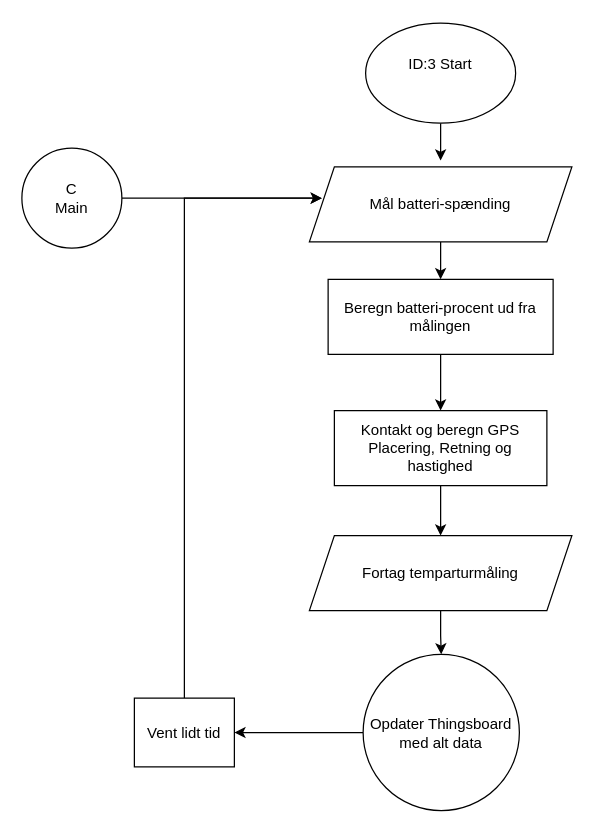
Above: ID 03, P1/ID3 V1 Data til Thingsboard.drawio in KEA-E24-B9-IOT1/E24-B9-IoT1 (draw.io), before the change. Source tidied: cells renumbered, new cells numbered last; positions are measured from the earlier drawing's top-left corner, leaving out a move shared by most shapes. Both pictures are drawn from the tidied source at 125%, with x=0, y=0 at pixel (21, 22).
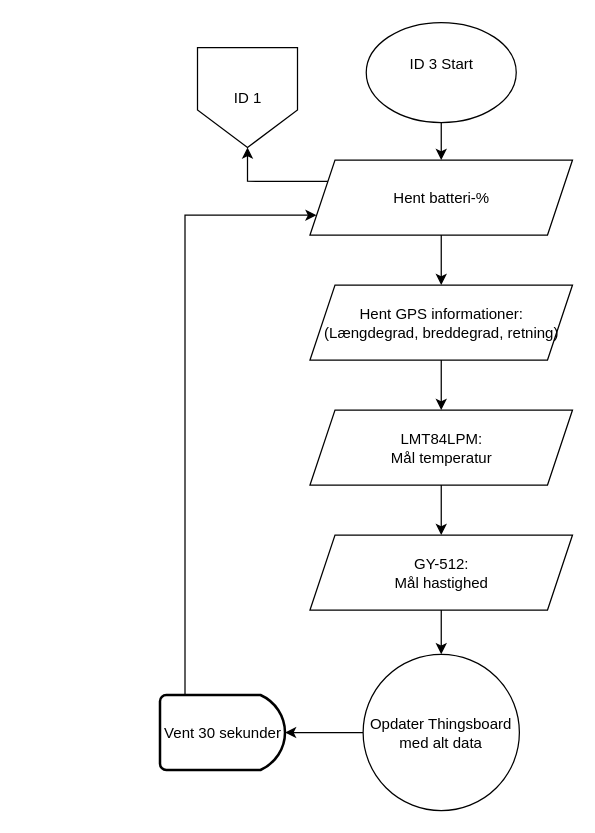
Above is the later version.

The change refers to these unchanged cells:
```xml
<mxCell id="7" value="Opdater Thingsboard med alt data" style="ellipse;whiteSpace=wrap;html=1;" parent="1" vertex="1">
  <mxGeometry x="273" y="505" width="125" height="125" as="geometry" />
</mxCell>
```

Diff of the diagram source:
```diff
@@
-    <mxCell id="2" style="edgeStyle=orthogonalEdgeStyle;rounded=0;jettySize=auto;html=1;" parent="1" edge="1" source="3">
-      <mxGeometry relative="1" as="geometry">
-        <mxPoint x="335" y="110" as="targetPoint" />
-      </mxGeometry>
-    </mxCell>
-    <mxCell id="3" value="ID:3 Start&lt;div&gt;&lt;br&gt;&lt;/div&gt;" style="ellipse;whiteSpace=wrap;html=1;" parent="1" vertex="1">
-      <mxGeometry x="275" width="120" height="80" as="geometry" />
-    </mxCell>
-    <mxCell id="4" style="edgeStyle=orthogonalEdgeStyle;rounded=0;jettySize=auto;html=1;" parent="1" edge="1" source="5">
-      <mxGeometry relative="1" as="geometry">
-        <mxPoint x="240" y="140" as="targetPoint" />
-      </mxGeometry>
-    </mxCell>
-    <mxCell id="5" value="&lt;span style=&quot;background-color: initial;&quot;&gt;C&lt;/span&gt;&lt;div&gt;&lt;span style=&quot;background-color: initial;&quot;&gt;Main&lt;/span&gt;&lt;/div&gt;" style="ellipse;whiteSpace=wrap;html=1;" parent="1" vertex="1">
-      <mxGeometry y="100" width="80" height="80" as="geometry" />
-    </mxCell>
-    <mxCell id="6" style="edgeStyle=orthogonalEdgeStyle;rounded=0;jettySize=auto;html=1;" parent="1" edge="1" source="7" target="9">
-      <mxGeometry relative="1" as="geometry" />
-    </mxCell>
+    <mxCell id="18" style="edgeStyle=orthogonalEdgeStyle;rounded=0;jettySize=auto;html=1;" parent="1" edge="1" source="19" target="21">
+      <mxGeometry relative="1" as="geometry" />
+    </mxCell>
+    <mxCell id="19" value="ID 3 Start&lt;div&gt;&lt;br&gt;&lt;/div&gt;" style="ellipse;whiteSpace=wrap;html=1;" parent="1" vertex="1">
+      <mxGeometry x="275.5" y="-0.5" width="120" height="80" as="geometry" />
+    </mxCell>
+    <mxCell id="20" style="edgeStyle=orthogonalEdgeStyle;rounded=0;jettySize=auto;html=1;exitX=0;exitY=0.25;exitDx=0;exitDy=0;entryX=0.5;entryY=1;entryDx=0;entryDy=0;" parent="1" edge="1" source="21" target="26">
+      <mxGeometry relative="1" as="geometry" />
+    </mxCell>
+    <mxCell id="21" value="Hent batteri-%" style="shape=parallelogram;perimeter=parallelogramPerimeter;whiteSpace=wrap;html=1;fixedSize=1;rounded=0;" parent="1" vertex="1">
+      <mxGeometry x="230.5" y="109.5" width="210" height="60" as="geometry" />
+    </mxCell>
+    <mxCell id="22" style="edgeStyle=orthogonalEdgeStyle;rounded=0;jettySize=auto;html=1;" parent="1" edge="1" source="7" target="31">
+      <mxGeometry relative="1" as="geometry" />
+    </mxCell>
@@
-    <mxCell id="8" style="edgeStyle=orthogonalEdgeStyle;rounded=0;jettySize=auto;html=1;entryX=0;entryY=0.5;entryDx=0;entryDy=0;" parent="1" edge="1" source="9">
-      <mxGeometry relative="1" as="geometry">
-        <mxPoint x="240" y="140" as="targetPoint" />
-        <Array as="points">
-          <mxPoint x="130" y="140" />
-        </Array>
-      </mxGeometry>
-    </mxCell>
-    <mxCell id="9" value="Vent lidt tid" style="rounded=0;whiteSpace=wrap;html=1;" parent="1" vertex="1">
-      <mxGeometry x="90" y="540" width="80" height="55" as="geometry" />
-    </mxCell>
-    <mxCell id="10" style="edgeStyle=orthogonalEdgeStyle;rounded=0;jettySize=auto;html=1;" parent="1" edge="1" source="11" target="13">
-      <mxGeometry relative="1" as="geometry" />
-    </mxCell>
-    <mxCell id="11" value="Kontakt og beregn GPS Placering, Retning og hastighed" style="rounded=0;whiteSpace=wrap;html=1;" parent="1" vertex="1">
-      <mxGeometry x="250" y="310" width="170" height="60" as="geometry" />
-    </mxCell>
-    <mxCell id="12" style="edgeStyle=orthogonalEdgeStyle;rounded=0;jettySize=auto;html=1;" parent="1" edge="1" source="13" target="7">
-      <mxGeometry relative="1" as="geometry" />
-    </mxCell>
-    <mxCell id="13" value="Fortag temparturmåling" style="shape=parallelogram;perimeter=parallelogramPerimeter;whiteSpace=wrap;html=1;fixedSize=1;rounded=0;" parent="1" vertex="1">
-      <mxGeometry x="230" y="410" width="210" height="60" as="geometry" />
-    </mxCell>
-    <mxCell id="14" style="edgeStyle=orthogonalEdgeStyle;rounded=0;jettySize=auto;html=1;entryX=0.5;entryY=0;entryDx=0;entryDy=0;" parent="1" edge="1" source="15" target="17">
-      <mxGeometry relative="1" as="geometry" />
-    </mxCell>
-    <mxCell id="15" value="Mål batteri-spænding" style="shape=parallelogram;perimeter=parallelogramPerimeter;whiteSpace=wrap;html=1;fixedSize=1;rounded=0;" parent="1" vertex="1">
-      <mxGeometry x="230" y="115" width="210" height="60" as="geometry" />
-    </mxCell>
-    <mxCell id="16" style="edgeStyle=orthogonalEdgeStyle;rounded=0;jettySize=auto;html=1;" parent="1" edge="1" source="17" target="11">
-      <mxGeometry relative="1" as="geometry" />
-    </mxCell>
-    <mxCell id="17" value="Beregn batteri-procent ud fra målingen" style="rounded=0;whiteSpace=wrap;html=1;" parent="1" vertex="1">
-      <mxGeometry x="245" y="205" width="180" height="60" as="geometry" />
-    </mxCell>
+    <mxCell id="23" style="edgeStyle=orthogonalEdgeStyle;rounded=0;jettySize=auto;html=1;entryX=0;entryY=0.75;entryDx=0;entryDy=0;exitX=0.4;exitY=0;exitDx=0;exitDy=0;exitPerimeter=0;" parent="1" edge="1" target="21">
+      <mxGeometry relative="1" as="geometry">
+        <mxPoint x="130.5" y="547.5" as="sourcePoint" />
+        <Array as="points">
+          <mxPoint x="130.5" y="153.5" />
+          <mxPoint x="215.5" y="153.5" />
+        </Array>
+      </mxGeometry>
+    </mxCell>
+    <mxCell id="24" style="edgeStyle=orthogonalEdgeStyle;rounded=0;jettySize=auto;html=1;" parent="1" edge="1" source="25" target="30">
+      <mxGeometry relative="1" as="geometry" />
+    </mxCell>
+    <mxCell id="25" value="&lt;div&gt;LMT84LPM:&lt;/div&gt;&lt;div&gt;Mål temperatur&lt;br&gt;&lt;/div&gt;" style="shape=parallelogram;perimeter=parallelogramPerimeter;whiteSpace=wrap;html=1;fixedSize=1;rounded=0;" parent="1" vertex="1">
+      <mxGeometry x="230.5" y="309.5" width="210" height="60" as="geometry" />
+    </mxCell>
+    <mxCell id="26" value="ID 1" style="shape=offPageConnector;whiteSpace=wrap;html=1;" parent="1" vertex="1">
+      <mxGeometry x="140.5" y="19.5" width="80" height="80" as="geometry" />
+    </mxCell>
+    <mxCell id="27" style="edgeStyle=orthogonalEdgeStyle;rounded=0;jettySize=auto;html=1;" parent="1" edge="1" source="28" target="25">
+      <mxGeometry relative="1" as="geometry" />
+    </mxCell>
+    <mxCell id="28" value="Hent GPS informationer:&lt;br&gt;(Længdegrad, breddegrad, retning)" style="shape=parallelogram;perimeter=parallelogramPerimeter;whiteSpace=wrap;html=1;fixedSize=1;" parent="1" vertex="1">
+      <mxGeometry x="230.5" y="209.5" width="210" height="60" as="geometry" />
+    </mxCell>
+    <mxCell id="29" style="edgeStyle=orthogonalEdgeStyle;rounded=0;jettySize=auto;html=1;" parent="1" edge="1" source="30" target="7">
+      <mxGeometry relative="1" as="geometry" />
+    </mxCell>
+    <mxCell id="30" value="GY-512:&lt;br&gt;Mål hastighed" style="shape=parallelogram;perimeter=parallelogramPerimeter;whiteSpace=wrap;html=1;fixedSize=1;rounded=0;" parent="1" vertex="1">
+      <mxGeometry x="230.5" y="409.5" width="210" height="60" as="geometry" />
+    </mxCell>
+    <mxCell id="31" value="Vent 30 sekunder" style="strokeWidth=2;html=1;shape=mxgraph.flowchart.delay;whiteSpace=wrap;" parent="1" vertex="1">
+      <mxGeometry x="110.5" y="537.5" width="100" height="60" as="geometry" />
+    </mxCell>
+    <mxCell id="32" style="edgeStyle=orthogonalEdgeStyle;rounded=0;jettySize=auto;html=1;" parent="1" edge="1" source="21" target="28">
+      <mxGeometry relative="1" as="geometry" />
+    </mxCell>
```
